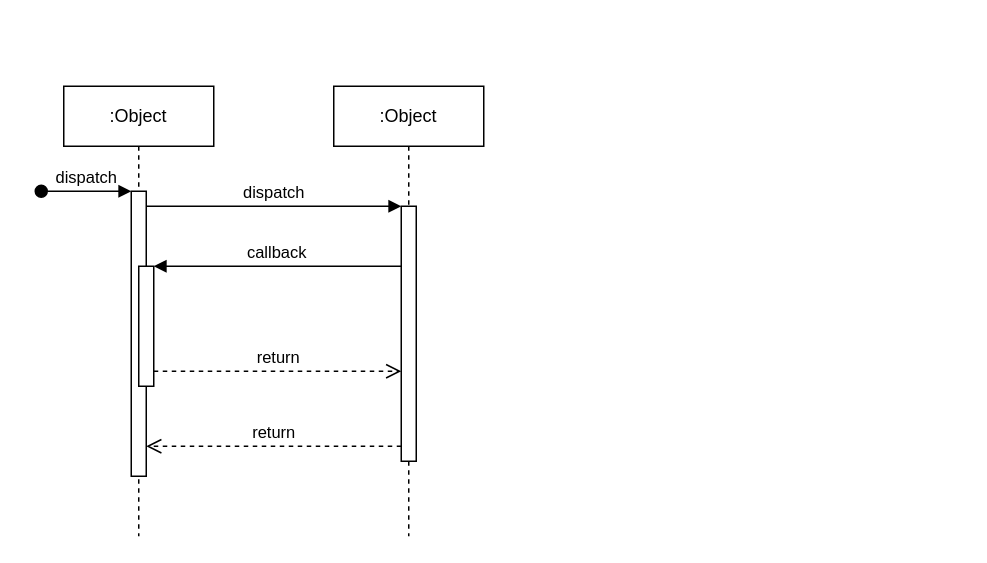
The draw.io diagram SENG 321/LightingSeqDiagram.drawio in amirabdullahi1/gold, before the edit. Source tidied: cells renumbered, new cells numbered last; positions are measured from the earlier drawing's top-left corner, leaving out a move shared by most shapes. Both pictures are drawn from the tidied source at 150%, with x=0, y=0 at pixel (40, 86).
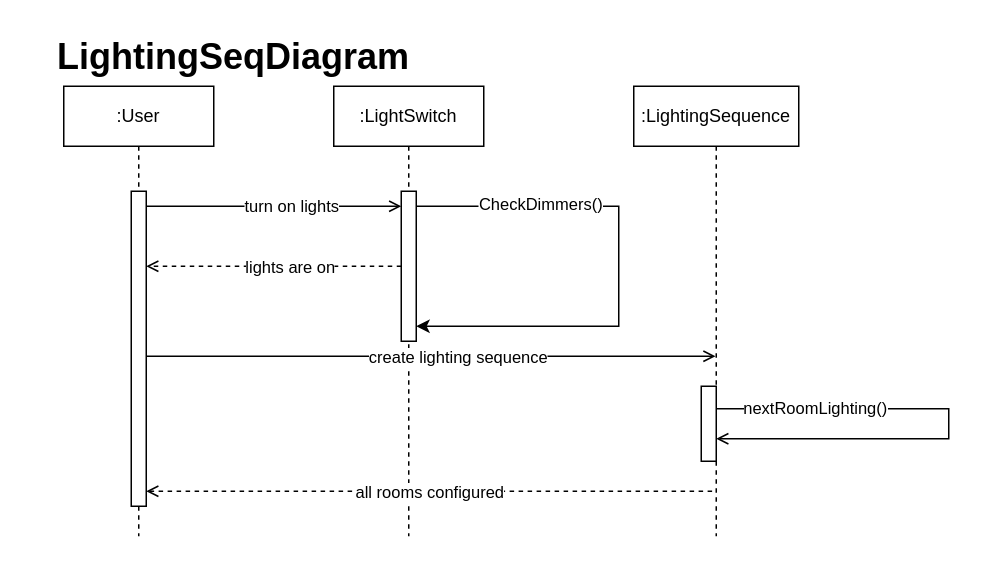
The same page after the edit.

Change to the diagram source:
```diff
@@
-    <mxCell id="2" value=":Object" style="shape=umlLifeline;perimeter=lifelinePerimeter;whiteSpace=wrap;html=1;newEdgeStyle={&quot;edgeStyle&quot;:&quot;elbowEdgeStyle&quot;,&quot;elbow&quot;:&quot;vertical&quot;,&quot;curved&quot;:0,&quot;rounded&quot;:0};" parent="1" vertex="1">
+    <mxCell id="2" value=":User" style="shape=umlLifeline;perimeter=lifelinePerimeter;whiteSpace=wrap;html=1;newEdgeStyle={&quot;edgeStyle&quot;:&quot;elbowEdgeStyle&quot;,&quot;elbow&quot;:&quot;vertical&quot;,&quot;curved&quot;:0,&quot;rounded&quot;:0};" parent="1" vertex="1">
       <mxGeometry x="15" width="100" height="300" as="geometry" />
     </mxCell>
     <mxCell id="3" style="html=1;points=[];perimeter=orthogonalPerimeter;outlineConnect=0;targetShapes=umlLifeline;portConstraint=eastwest;newEdgeStyle={&quot;edgeStyle&quot;:&quot;elbowEdgeStyle&quot;,&quot;elbow&quot;:&quot;vertical&quot;,&quot;curved&quot;:0,&quot;rounded&quot;:0};" parent="2" vertex="1">
-      <mxGeometry x="45" y="70" width="10" height="190" as="geometry" />
+      <mxGeometry x="45" y="70" width="10" height="210" as="geometry" />
     </mxCell>
-    <mxCell id="4" value="dispatch" style="html=1;verticalAlign=bottom;startArrow=oval;endArrow=block;startSize=8;edgeStyle=elbowEdgeStyle;elbow=vertical;curved=0;rounded=0;" parent="2" edge="1" target="3">
-      <mxGeometry relative="1" as="geometry">
-        <mxPoint x="-15" y="70" as="sourcePoint" />
-      </mxGeometry>
-    </mxCell>
-    <mxCell id="5" style="html=1;points=[];perimeter=orthogonalPerimeter;outlineConnect=0;targetShapes=umlLifeline;portConstraint=eastwest;newEdgeStyle={&quot;edgeStyle&quot;:&quot;elbowEdgeStyle&quot;,&quot;elbow&quot;:&quot;vertical&quot;,&quot;curved&quot;:0,&quot;rounded&quot;:0};" parent="2" vertex="1">
-      <mxGeometry x="50" y="120" width="10" height="80" as="geometry" />
-    </mxCell>
-    <mxCell id="6" value=":Object" style="shape=umlLifeline;perimeter=lifelinePerimeter;whiteSpace=wrap;html=1;outlineConnect=0;portConstraint=eastwest;newEdgeStyle={&quot;edgeStyle&quot;:&quot;elbowEdgeStyle&quot;,&quot;elbow&quot;:&quot;vertical&quot;,&quot;curved&quot;:0,&quot;rounded&quot;:0};" parent="1" vertex="1">
+    <mxCell id="6" value=":LightSwitch" style="shape=umlLifeline;perimeter=lifelinePerimeter;whiteSpace=wrap;html=1;outlineConnect=0;portConstraint=eastwest;newEdgeStyle={&quot;edgeStyle&quot;:&quot;elbowEdgeStyle&quot;,&quot;elbow&quot;:&quot;vertical&quot;,&quot;curved&quot;:0,&quot;rounded&quot;:0};" parent="1" vertex="1">
       <mxGeometry x="195" width="100" height="300" as="geometry" />
     </mxCell>
+    <mxCell id="12" style="edgeStyle=elbowEdgeStyle;rounded=0;orthogonalLoop=1;jettySize=auto;html=1;elbow=vertical;curved=0;" parent="6" edge="1" source="7" target="7">
+      <mxGeometry relative="1" as="geometry">
+        <Array as="points">
+          <mxPoint x="190" y="160" />
+        </Array>
+      </mxGeometry>
+    </mxCell>
+    <mxCell id="13" value="CheckDimmers()" style="edgeLabel;html=1;align=center;verticalAlign=middle;" parent="12" vertex="1">
+      <mxGeometry x="-0.53" y="2" relative="1" as="geometry" />
+    </mxCell>
+    <mxCell id="14" style="edgeStyle=elbowEdgeStyle;rounded=0;jettySize=auto;html=1;elbow=vertical;curved=0;" parent="6" edge="1" source="7" target="6">
+      <mxGeometry relative="1" as="geometry" />
+    </mxCell>
     <mxCell id="7" style="html=1;points=[];perimeter=orthogonalPerimeter;outlineConnect=0;targetShapes=umlLifeline;portConstraint=eastwest;newEdgeStyle={&quot;edgeStyle&quot;:&quot;elbowEdgeStyle&quot;,&quot;elbow&quot;:&quot;vertical&quot;,&quot;curved&quot;:0,&quot;rounded&quot;:0};" parent="6" vertex="1">
-      <mxGeometry x="45" y="80" width="10" height="170" as="geometry" />
+      <mxGeometry x="45" y="70" width="10" height="100" as="geometry" />
     </mxCell>
-    <mxCell id="8" value="dispatch" style="html=1;verticalAlign=bottom;endArrow=block;edgeStyle=elbowEdgeStyle;elbow=vertical;curved=0;rounded=0;" parent="1" edge="1" source="3" target="7">
+    <mxCell id="8" style="html=1;verticalAlign=bottom;endArrow=open;edgeStyle=elbowEdgeStyle;elbow=horizontal;curved=0;rounded=0;endFill=0;" parent="1" edge="1" source="3" target="7">
       <mxGeometry relative="1" as="geometry">
         <Array as="points">
           <mxPoint x="155" y="80" />
         </Array>
       </mxGeometry>
     </mxCell>
+    <mxCell id="15" value="turn on lights" style="edgeLabel;html=1;align=center;verticalAlign=middle;" parent="8" vertex="1">
+      <mxGeometry x="0.13" y="1" relative="1" as="geometry" />
+    </mxCell>
+    <mxCell id="16" value=":LightingSequence" style="shape=umlLifeline;perimeter=lifelinePerimeter;whiteSpace=wrap;html=1;outlineConnect=0;portConstraint=eastwest;newEdgeStyle={&quot;edgeStyle&quot;:&quot;elbowEdgeStyle&quot;,&quot;elbow&quot;:&quot;vertical&quot;,&quot;curved&quot;:0,&quot;rounded&quot;:0};" parent="1" vertex="1">
+      <mxGeometry x="395" width="110" height="300" as="geometry" />
+    </mxCell>
+    <mxCell id="17" style="html=1;points=[];perimeter=orthogonalPerimeter;outlineConnect=0;targetShapes=umlLifeline;portConstraint=eastwest;newEdgeStyle={&quot;edgeStyle&quot;:&quot;elbowEdgeStyle&quot;,&quot;elbow&quot;:&quot;vertical&quot;,&quot;curved&quot;:0,&quot;rounded&quot;:0};" parent="16" vertex="1">
+      <mxGeometry x="45" y="200" width="10" height="50" as="geometry" />
+    </mxCell>
+    <mxCell id="18" style="edgeStyle=elbowEdgeStyle;rounded=0;orthogonalLoop=1;jettySize=auto;html=1;elbow=horizontal;curved=0;endArrow=open;endFill=0;" parent="16" edge="1" source="17" target="17">
+      <mxGeometry relative="1" as="geometry">
+        <Array as="points">
+          <mxPoint x="210" y="220" />
+        </Array>
+      </mxGeometry>
+    </mxCell>
+    <mxCell id="19" value="nextRoomLighting()" style="edgeLabel;html=1;align=center;verticalAlign=middle;" parent="18" vertex="1">
+      <mxGeometry x="-0.46" y="-1" relative="1" as="geometry">
+        <mxPoint x="-24" y="-2" as="offset" />
+      </mxGeometry>
+    </mxCell>
-    <mxCell id="9" value="return" style="html=1;verticalAlign=bottom;endArrow=open;dashed=1;endSize=8;edgeStyle=elbowEdgeStyle;elbow=vertical;curved=0;rounded=0;" parent="1" edge="1" source="7" target="3">
-      <mxGeometry relative="1" as="geometry">
-        <Array as="points">
-          <mxPoint x="165" y="240" />
-        </Array>
-      </mxGeometry>
+    <mxCell id="9" style="edgeStyle=elbowEdgeStyle;rounded=0;jettySize=auto;html=1;elbow=vertical;curved=0;dashed=1;endArrow=open;endFill=0;" parent="1" edge="1" source="7" target="3">
+      <mxGeometry relative="1" as="geometry" />
     </mxCell>
-    <mxCell id="10" value="callback" style="html=1;verticalAlign=bottom;endArrow=block;edgeStyle=elbowEdgeStyle;elbow=vertical;curved=0;rounded=0;" parent="1" edge="1" source="7" target="5">
-      <mxGeometry relative="1" as="geometry">
-        <Array as="points">
-          <mxPoint x="165" y="120" />
-        </Array>
-      </mxGeometry>
-    </mxCell>
-    <mxCell id="11" value="return" style="html=1;verticalAlign=bottom;endArrow=open;dashed=1;endSize=8;edgeStyle=elbowEdgeStyle;elbow=vertical;curved=0;rounded=0;" parent="1" edge="1" source="5" target="7">
-      <mxGeometry relative="1" as="geometry">
-        <Array as="points">
-          <mxPoint x="155" y="190" />
-        </Array>
-      </mxGeometry>
-    </mxCell>
+    <mxCell id="20" value="lights are on" style="edgeLabel;html=1;align=center;verticalAlign=middle;" parent="9" vertex="1">
+      <mxGeometry x="-0.26" y="3" relative="1" as="geometry">
+        <mxPoint x="-12" y="-3" as="offset" />
+      </mxGeometry>
+    </mxCell>
+    <mxCell id="21" style="edgeStyle=elbowEdgeStyle;rounded=0;jettySize=auto;html=1;elbow=horizontal;curved=0;endArrow=open;endFill=0;" parent="1" edge="1" source="3" target="16">
+      <mxGeometry relative="1" as="geometry">
+        <Array as="points">
+          <mxPoint x="255" y="180" />
+        </Array>
+      </mxGeometry>
+    </mxCell>
+    <mxCell id="22" value="create lighting sequence" style="edgeLabel;html=1;align=center;verticalAlign=middle;" parent="21" vertex="1">
+      <mxGeometry x="0.09" y="-1" relative="1" as="geometry">
+        <mxPoint y="-1" as="offset" />
+      </mxGeometry>
+    </mxCell>
+    <mxCell id="23" style="edgeStyle=elbowEdgeStyle;rounded=0;jettySize=auto;html=1;elbow=vertical;curved=0;startArrow=open;startFill=0;endArrow=none;endFill=0;dashed=1;" parent="1" edge="1" source="3" target="16">
+      <mxGeometry relative="1" as="geometry">
+        <Array as="points">
+          <mxPoint x="245" y="270" />
+        </Array>
+      </mxGeometry>
+    </mxCell>
+    <mxCell id="24" value="all rooms configured" style="edgeLabel;html=1;align=center;verticalAlign=middle;" parent="23" vertex="1">
+      <mxGeometry x="0.01" y="3" relative="1" as="geometry">
+        <mxPoint x="-4" y="3" as="offset" />
+      </mxGeometry>
+    </mxCell>
+    <mxCell id="25" value="&lt;h1 style=&quot;margin-top: 0px;&quot;&gt;LightingSeqDiagram&lt;/h1&gt;" style="text;html=1;whiteSpace=wrap;overflow=hidden;rounded=0;" parent="1" vertex="1">
+      <mxGeometry x="9" y="-40" width="290" height="120" as="geometry" />
+    </mxCell>
```
